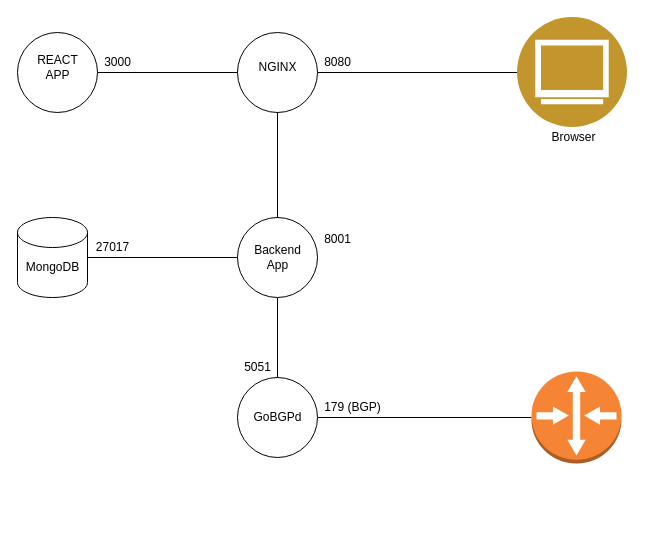
Before: docs/deploy.drawio in idqdq/sdbgp, a draw.io diagram. Source tidied: cells renumbered, new cells numbered last; positions are measured from the earlier drawing's top-left corner, leaving out a move shared by most shapes. Both pictures are drawn from the tidied source at 100%, with x=0, y=0 at pixel (17, 17).
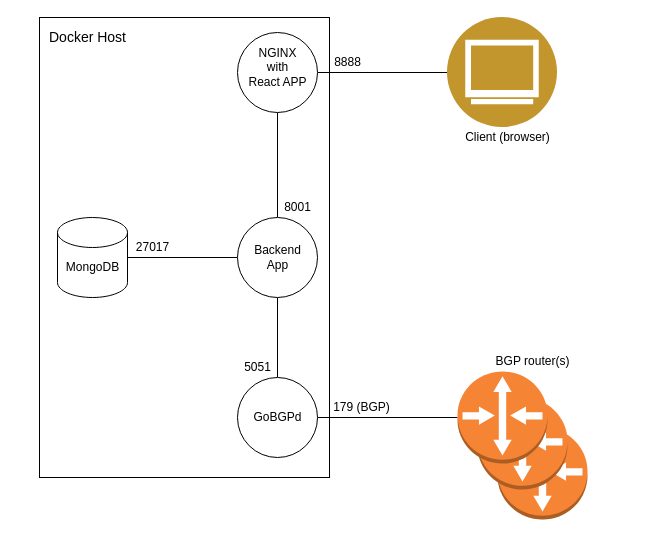
Above is the later version.

Change to the diagram source:
```diff
@@
-    <mxCell id="2" style="ellipse;whiteSpace=wrap;html=1;" parent="1" vertex="1">
-      <mxGeometry x="220" y="15" width="80" height="80" as="geometry" />
-    </mxCell>
-    <mxCell id="3" style="edgeStyle=none;html=1;exitX=1;exitY=0.5;exitDx=0;exitDy=0;entryX=0;entryY=0.5;entryDx=0;entryDy=0;endArrow=none;endFill=0;" parent="1" edge="1" source="4" target="2">
-      <mxGeometry relative="1" as="geometry" />
-    </mxCell>
-    <mxCell id="4" style="ellipse;whiteSpace=wrap;html=1;" parent="1" vertex="1">
-      <mxGeometry y="15" width="80" height="80" as="geometry" />
-    </mxCell>
+    <mxCell id="27" style="whiteSpace=wrap;html=1;fontSize=12;" parent="1" vertex="1">
+      <mxGeometry x="22" width="290" height="460" as="geometry" />
+    </mxCell>
+    <mxCell id="28" style="dashed=0;verticalLabelPosition=bottom;verticalAlign=top;align=center;html=1;shape=mxgraph.aws3.router;fillColor=#F58534;gradientColor=none;" parent="1" vertex="1">
+      <mxGeometry x="480" y="410" width="90" height="92" as="geometry" />
+    </mxCell>
@@
-    <mxCell id="6" style="ellipse;whiteSpace=wrap;html=1;" parent="1" vertex="1">
-      <mxGeometry x="220" y="200" width="80" height="80" as="geometry" />
-    </mxCell>
@@
-    <mxCell id="8" style="ellipse;whiteSpace=wrap;html=1;" parent="1" vertex="1">
-      <mxGeometry x="220" y="360" width="80" height="80" as="geometry" />
-    </mxCell>
@@
-    <mxCell id="10" style="shape=cylinder3;whiteSpace=wrap;html=1;boundedLbl=1;backgroundOutline=1;size=15;" parent="1" vertex="1">
-      <mxGeometry y="200" width="70" height="80" as="geometry" />
-    </mxCell>
@@
     <mxCell id="13" style="perimeter=ellipsePerimeter;html=1;align=center;shadow=0;dashed=0;fontColor=#4277BB;labelBackgroundColor=#ffffff;fontSize=12;spacingTop=3;image;image=img/lib/ibm/users/browser.svg;" parent="1" vertex="1">
-      <mxGeometry x="500" width="110" height="110" as="geometry" />
+      <mxGeometry x="430" width="110" height="110" as="geometry" />
     </mxCell>
-    <mxCell id="14" style="outlineConnect=0;dashed=0;verticalLabelPosition=bottom;verticalAlign=top;align=center;html=1;shape=mxgraph.aws3.router;fillColor=#F58534;gradientColor=none;" parent="1" vertex="1">
-      <mxGeometry x="514" y="354" width="90" height="92" as="geometry" />
-    </mxCell>
     <mxCell id="15" value="8001" style="text;html=1;align=center;verticalAlign=middle;fillColor=none;strokeColor=none;rounded=0;" parent="1" vertex="1">
-      <mxGeometry x="300" y="212" width="40" height="20" as="geometry" />
+      <mxGeometry x="260" y="180" width="40" height="20" as="geometry" />
     </mxCell>
-    <mxCell id="16" value="NGINX" style="text;html=1;align=center;verticalAlign=middle;fillColor=none;strokeColor=none;rounded=0;" parent="1" vertex="1">
-      <mxGeometry x="235" y="40" width="50" height="20" as="geometry" />
-    </mxCell>
-    <mxCell id="17" value="REACT&lt;br&gt;APP" style="text;html=1;align=center;verticalAlign=middle;fillColor=none;strokeColor=none;rounded=0;" parent="1" vertex="1">
-      <mxGeometry x="10" y="35" width="60" height="30" as="geometry" />
-    </mxCell>
-    <mxCell id="18" value="MongoDB" style="text;html=1;align=center;verticalAlign=middle;fillColor=none;strokeColor=none;rounded=0;" parent="1" vertex="1">
-      <mxGeometry y="240" width="70" height="20" as="geometry" />
-    </mxCell>
-    <mxCell id="19" value="GoBGPd" style="text;html=1;align=center;verticalAlign=middle;fillColor=none;strokeColor=none;rounded=0;" parent="1" vertex="1">
-      <mxGeometry x="230" y="390" width="60" height="20" as="geometry" />
-    </mxCell>
-    <mxCell id="20" value="8080" style="text;html=1;align=center;verticalAlign=middle;fillColor=none;strokeColor=none;rounded=0;" parent="1" vertex="1">
-      <mxGeometry x="300" y="35" width="40" height="20" as="geometry" />
+    <mxCell id="20" value="8888" style="text;html=1;align=center;verticalAlign=middle;fillColor=none;strokeColor=none;rounded=0;" parent="1" vertex="1">
+      <mxGeometry x="310" y="35" width="40" height="20" as="geometry" />
     </mxCell>
-    <mxCell id="21" value="3000" style="text;html=1;align=center;verticalAlign=middle;fillColor=none;strokeColor=none;rounded=0;" parent="1" vertex="1">
-      <mxGeometry x="80" y="35" width="40" height="20" as="geometry" />
-    </mxCell>
@@
     <mxCell id="23" value="27017" style="text;html=1;align=center;verticalAlign=middle;fillColor=none;strokeColor=none;rounded=0;" parent="1" vertex="1">
-      <mxGeometry x="70" y="220" width="50" height="20" as="geometry" />
+      <mxGeometry x="110" y="220" width="50" height="20" as="geometry" />
     </mxCell>
-    <mxCell id="24" value="Backend&lt;br&gt;App" style="text;html=1;align=center;verticalAlign=middle;fillColor=none;strokeColor=none;rounded=0;" parent="1" vertex="1">
-      <mxGeometry x="230" y="225" width="60" height="30" as="geometry" />
-    </mxCell>
     <mxCell id="25" value="179 (BGP)" style="text;html=1;align=center;verticalAlign=middle;fillColor=none;strokeColor=none;rounded=0;" parent="1" vertex="1">
-      <mxGeometry x="300" y="380" width="70" height="20" as="geometry" />
+      <mxGeometry x="309" y="380" width="70" height="20" as="geometry" />
     </mxCell>
-    <mxCell id="26" value="Browser" style="text;html=1;align=center;verticalAlign=middle;fillColor=none;strokeColor=none;rounded=0;" parent="1" vertex="1">
-      <mxGeometry x="526" y="110" width="60" height="20" as="geometry" />
+    <mxCell id="26" value="Client (browser)" style="text;html=1;align=center;verticalAlign=middle;fillColor=none;strokeColor=none;rounded=0;" parent="1" vertex="1">
+      <mxGeometry x="440" y="110" width="100" height="20" as="geometry" />
     </mxCell>
+    <mxCell id="29" style="dashed=0;verticalLabelPosition=bottom;verticalAlign=top;align=center;html=1;shape=mxgraph.aws3.router;fillColor=#F58534;gradientColor=none;" parent="1" vertex="1">
+      <mxGeometry x="460" y="380" width="90" height="92" as="geometry" />
+    </mxCell>
+    <mxCell id="14" style="outlineConnect=0;dashed=0;verticalLabelPosition=bottom;verticalAlign=top;align=center;html=1;shape=mxgraph.aws3.router;fillColor=#F58534;gradientColor=none;" parent="1" vertex="1">
+      <mxGeometry x="440" y="354" width="90" height="92" as="geometry" />
+    </mxCell>
+    <mxCell id="30" value="BGP router(s)" style="text;html=1;align=center;verticalAlign=middle;fillColor=none;strokeColor=none;rounded=0;fontSize=12;" parent="1" vertex="1">
+      <mxGeometry x="470" y="334" width="90" height="20" as="geometry" />
+    </mxCell>
+    <mxCell id="31" style="group;" parent="1" vertex="1">
+      <mxGeometry x="220" y="200" width="80" height="80" as="geometry" />
+    </mxCell>
+    <mxCell id="6" style="ellipse;whiteSpace=wrap;html=1;" parent="31" vertex="1">
+      <mxGeometry width="80" height="80" as="geometry" />
+    </mxCell>
+    <mxCell id="24" value="Backend&lt;br&gt;App" style="text;html=1;align=center;verticalAlign=middle;fillColor=none;strokeColor=none;rounded=0;" parent="31" vertex="1">
+      <mxGeometry x="10" y="25" width="60" height="30" as="geometry" />
+    </mxCell>
+    <mxCell id="32" style="group;" parent="1" vertex="1">
+      <mxGeometry x="40" y="200" width="70" height="80" as="geometry" />
+    </mxCell>
+    <mxCell id="10" style="shape=cylinder3;whiteSpace=wrap;html=1;boundedLbl=1;backgroundOutline=1;size=15;" parent="32" vertex="1">
+      <mxGeometry width="70" height="80" as="geometry" />
+    </mxCell>
+    <mxCell id="18" value="MongoDB" style="text;html=1;align=center;verticalAlign=middle;fillColor=none;strokeColor=none;rounded=0;" parent="32" vertex="1">
+      <mxGeometry y="40" width="70" height="20" as="geometry" />
+    </mxCell>
+    <mxCell id="33" style="group;" parent="1" vertex="1">
+      <mxGeometry x="220" y="15" width="80" height="80" as="geometry" />
+    </mxCell>
+    <mxCell id="2" style="ellipse;whiteSpace=wrap;html=1;" parent="33" vertex="1">
+      <mxGeometry width="80" height="80" as="geometry" />
+    </mxCell>
+    <mxCell id="16" value="NGINX&lt;br&gt;with&lt;br&gt;React APP" style="text;html=1;align=center;verticalAlign=middle;fillColor=none;strokeColor=none;rounded=0;" parent="33" vertex="1">
+      <mxGeometry x="5" y="10" width="70" height="50" as="geometry" />
+    </mxCell>
+    <mxCell id="34" style="group;" parent="1" vertex="1">
+      <mxGeometry x="220" y="360" width="80" height="80" as="geometry" />
+    </mxCell>
+    <mxCell id="8" style="ellipse;whiteSpace=wrap;html=1;" parent="34" vertex="1">
+      <mxGeometry width="80" height="80" as="geometry" />
+    </mxCell>
+    <mxCell id="19" value="GoBGPd" style="text;html=1;align=center;verticalAlign=middle;fillColor=none;strokeColor=none;rounded=0;" parent="34" vertex="1">
+      <mxGeometry x="10" y="30" width="60" height="20" as="geometry" />
+    </mxCell>
+    <mxCell id="35" value="Docker Host" style="text;html=1;align=center;verticalAlign=middle;fillColor=none;strokeColor=none;rounded=0;fontSize=14;" parent="1" vertex="1">
+      <mxGeometry x="25" y="10" width="90" height="20" as="geometry" />
+    </mxCell>
```
